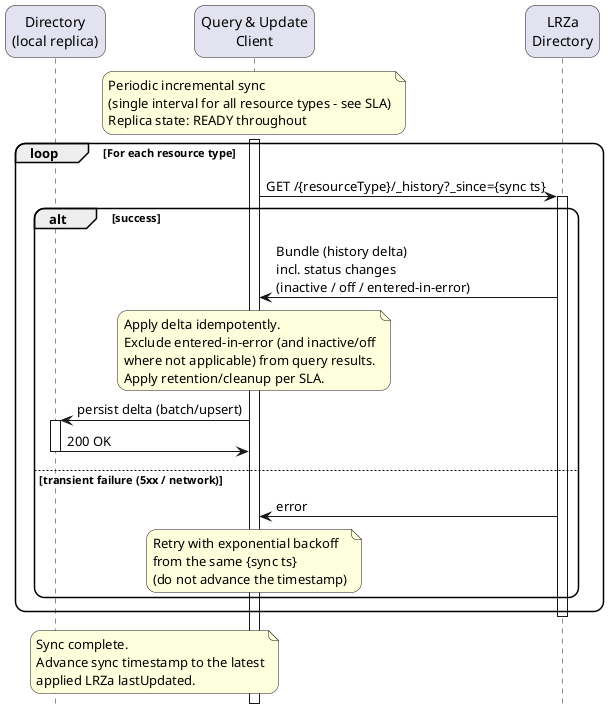
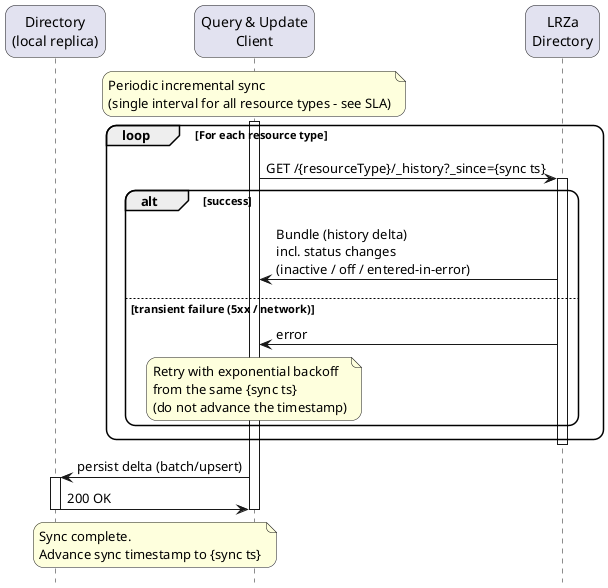
@startuml care-services-sync-incremental

skinparam roundcorner 20
skinparam defaultFontName Arial
hide footbox

!pragma teoz true

participant QD as "Directory\n(local replica)"
participant QUC as "Query & Update\nClient"
participant LRZa as "LRZa\nDirectory"

- note over QUC: Periodic incremental sync\n(single interval for all resource types - see SLA)\nReplica state: READY throughout
+ note over QUC: Periodic incremental sync\n(single interval for all resource types - see SLA)

activate QUC
loop For each resource type
  QUC -> LRZa: GET /{resourceType}/_history?_since={sync ts}
  activate LRZa
  alt success
    LRZa -> QUC: Bundle (history delta)\nincl. status changes\n(inactive / off / entered-in-error)
-     note over QUC: Apply delta idempotently.\nExclude entered-in-error (and inactive/off\nwhere not applicable) from query results.\nApply retention/cleanup per SLA.
-     QUC -> QD: persist delta (batch/upsert)
-     activate QD
-     QD -> QUC: 200 OK
-     deactivate QD
  else transient failure (5xx / network)
    LRZa -> QUC: error
    note over QUC: Retry with exponential backoff\nfrom the same {sync ts}\n(do not advance the timestamp)
  end
  deactivate LRZa
end

- note over QUC,QD: Sync complete.\nAdvance sync timestamp to the latest\napplied LRZa lastUpdated.
+     QUC -> QD: persist delta (batch/upsert)
+     activate QD
+     QD -> QUC: 200 OK
+     deactivate QD
+ 
+ note over QUC,QD: Sync complete.\nAdvance sync timestamp to {sync ts}
deactivate QUC

@enduml
